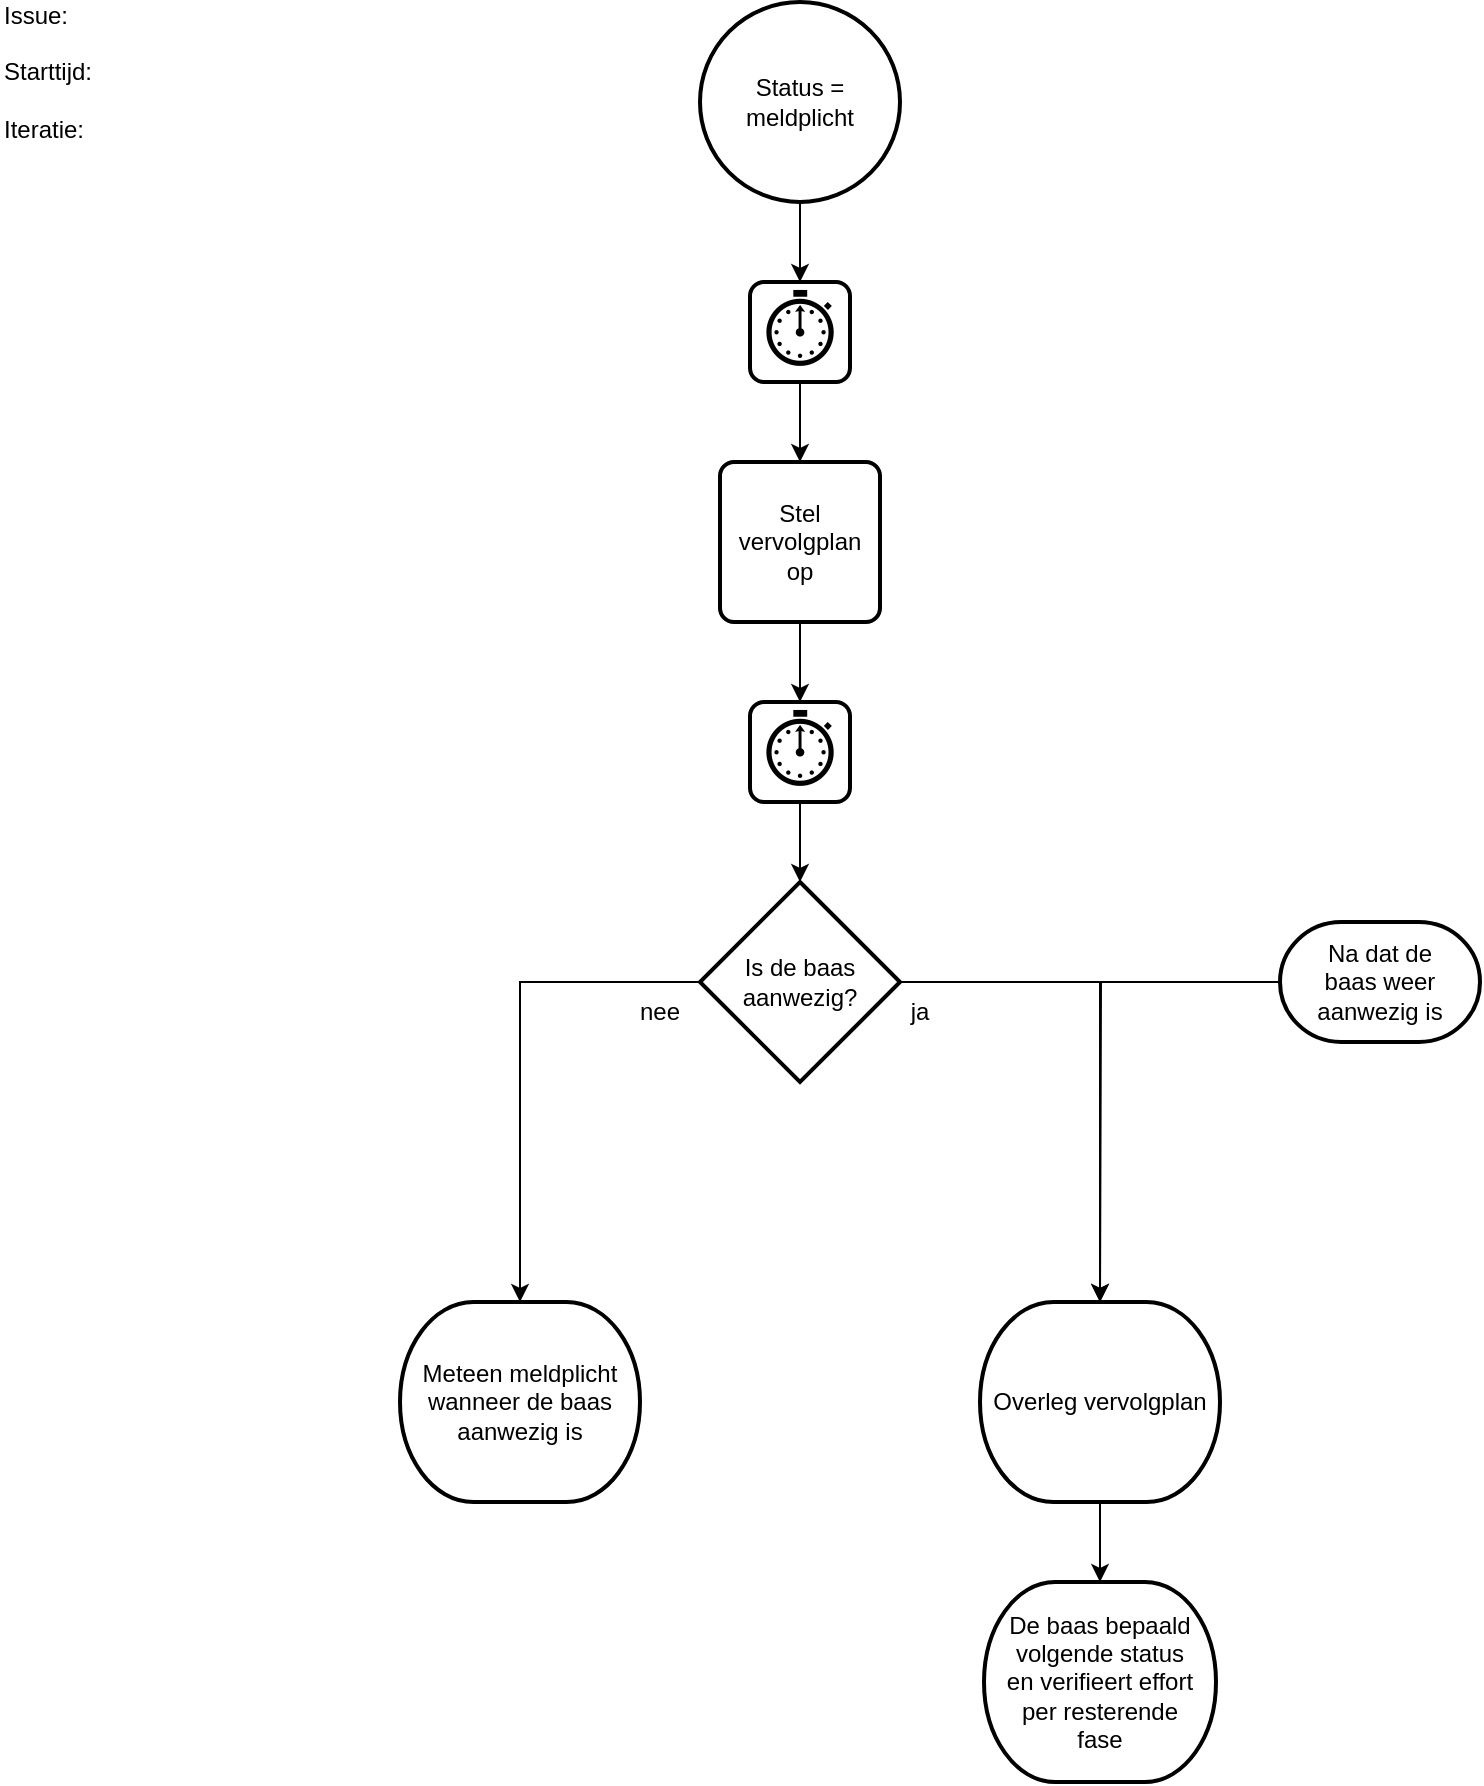
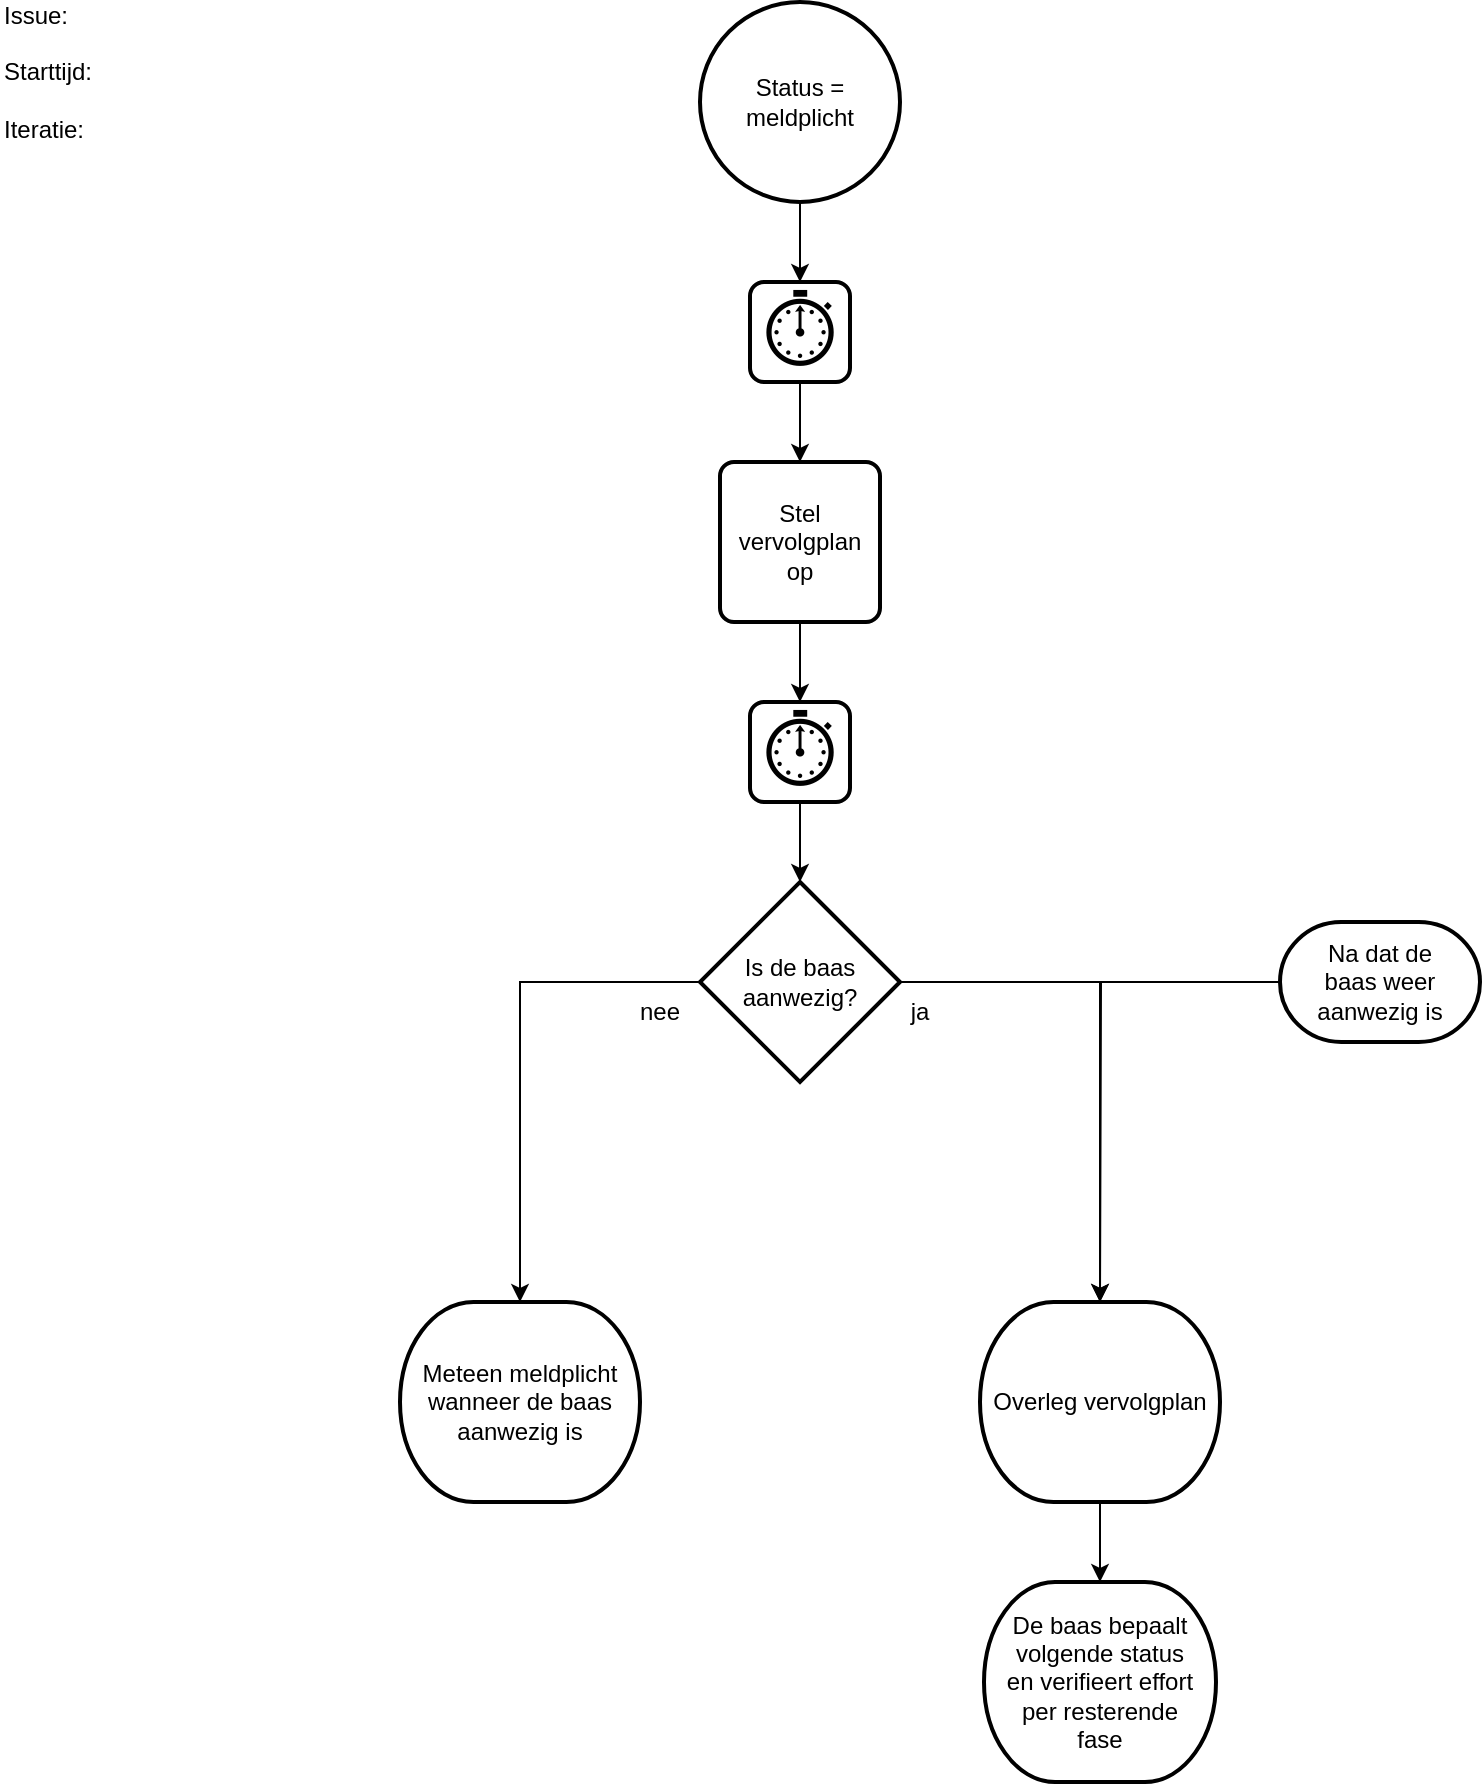
<mxfile host="Electron" agent="Mozilla/5.0 (Windows NT 10.0; Win64; x64) AppleWebKit/537.36 (KHTML, like Gecko) Chrome/144.0.0.0 Safari/537.36">
  <diagram name="Page-1" id="RxTZmvJhkROvXh92HXGi">
    <mxGraphModel dx="842" dy="576" grid="1" gridSize="10" guides="1" tooltips="1" connect="1" arrows="1" fold="1" page="1" pageScale="1" pageWidth="827" pageHeight="1169" math="0" shadow="0">
      <root>
        <mxCell id="0" />
        <mxCell id="1" parent="0" />
        <mxCell id="IjQxlhujuJK-shiPwm0T-2" edge="1" parent="1" source="kJhKxd2zfYEuZ5hcswId-1" style="edgeStyle=orthogonalEdgeStyle;rounded=0;orthogonalLoop=1;jettySize=auto;html=1;" target="kJhKxd2zfYEuZ5hcswId-17" value="">
          <mxGeometry relative="1" as="geometry" />
        </mxCell>
        <object label="Status =&lt;br&gt;meldplicht" Action="901" id="kJhKxd2zfYEuZ5hcswId-1">
          <mxCell parent="1" style="strokeWidth=2;html=1;shape=mxgraph.flowchart.start_2;whiteSpace=wrap;" vertex="1">
            <mxGeometry height="100" width="100" x="360" y="10" as="geometry" />
          </mxCell>
        </object>
        <mxCell id="IjQxlhujuJK-shiPwm0T-6" edge="1" parent="1" source="kJhKxd2zfYEuZ5hcswId-3" style="edgeStyle=orthogonalEdgeStyle;rounded=0;orthogonalLoop=1;jettySize=auto;html=1;exitX=1;exitY=0.5;exitDx=0;exitDy=0;exitPerimeter=0;" target="kJhKxd2zfYEuZ5hcswId-8">
          <mxGeometry relative="1" as="geometry" />
        </mxCell>
        <object label="Is de baas&lt;br&gt;aanwezig?" Action="905" id="kJhKxd2zfYEuZ5hcswId-3">
          <mxCell parent="1" style="strokeWidth=2;html=1;shape=mxgraph.flowchart.decision;whiteSpace=wrap;" vertex="1">
            <mxGeometry height="100" width="100" x="360" y="450" as="geometry" />
          </mxCell>
        </object>
        <mxCell id="kJhKxd2zfYEuZ5hcswId-4" parent="1" style="text;html=1;whiteSpace=wrap;strokeColor=none;fillColor=none;align=center;verticalAlign=middle;rounded=0;" value="ja" vertex="1">
          <mxGeometry height="30" width="60" x="440" y="500" as="geometry" />
        </mxCell>
        <object label="Meteen meldplicht&lt;br&gt;wanneer de baas&lt;br&gt;aanwezig is" Action="905F" id="kJhKxd2zfYEuZ5hcswId-5">
          <mxCell parent="1" style="strokeWidth=2;html=1;shape=mxgraph.flowchart.terminator;whiteSpace=wrap;" vertex="1">
            <mxGeometry height="100" width="120" x="210" y="660" as="geometry" />
          </mxCell>
        </object>
        <mxCell id="kJhKxd2zfYEuZ5hcswId-6" parent="1" style="text;html=1;whiteSpace=wrap;strokeColor=none;fillColor=none;align=center;verticalAlign=middle;rounded=0;" value="nee" vertex="1">
          <mxGeometry height="30" width="60" x="310" y="500" as="geometry" />
        </mxCell>
        <mxCell id="IjQxlhujuJK-shiPwm0T-8" edge="1" parent="1" source="kJhKxd2zfYEuZ5hcswId-8" style="edgeStyle=orthogonalEdgeStyle;rounded=0;orthogonalLoop=1;jettySize=auto;html=1;" target="kJhKxd2zfYEuZ5hcswId-12" value="">
          <mxGeometry relative="1" as="geometry" />
        </mxCell>
        <object label="Overleg vervolgplan" Action="906" id="kJhKxd2zfYEuZ5hcswId-8">
          <mxCell parent="1" style="strokeWidth=2;html=1;shape=mxgraph.flowchart.terminator;whiteSpace=wrap;" vertex="1">
            <mxGeometry height="100" width="120" x="500" y="660" as="geometry" />
          </mxCell>
        </object>
        <mxCell id="kJhKxd2zfYEuZ5hcswId-9" edge="1" parent="1" source="kJhKxd2zfYEuZ5hcswId-3" style="edgeStyle=orthogonalEdgeStyle;rounded=0;orthogonalLoop=1;jettySize=auto;html=1;exitX=0;exitY=0.5;exitDx=0;exitDy=0;exitPerimeter=0;entryX=0.5;entryY=0;entryDx=0;entryDy=0;entryPerimeter=0;" target="kJhKxd2zfYEuZ5hcswId-5">
          <mxGeometry relative="1" as="geometry" />
        </mxCell>
        <mxCell id="IjQxlhujuJK-shiPwm0T-7" edge="1" parent="1" source="kJhKxd2zfYEuZ5hcswId-11" style="edgeStyle=orthogonalEdgeStyle;rounded=0;orthogonalLoop=1;jettySize=auto;html=1;exitX=0;exitY=0.5;exitDx=0;exitDy=0;exitPerimeter=0;">
          <mxGeometry relative="1" as="geometry">
            <mxPoint x="560" y="660" as="targetPoint" />
          </mxGeometry>
        </mxCell>
        <object label="Na dat de&lt;br&gt;baas weer&lt;br&gt;aanwezig is" Action="905T" id="kJhKxd2zfYEuZ5hcswId-11">
          <mxCell parent="1" style="strokeWidth=2;html=1;shape=mxgraph.flowchart.terminator;whiteSpace=wrap;" vertex="1">
            <mxGeometry height="60" width="100" x="650" y="470" as="geometry" />
          </mxCell>
        </object>
-         <object label="De baas bepaald&lt;br&gt;volgende status&lt;br&gt;en verifieert effort&lt;br&gt;per resterende&lt;br&gt;fase" Action="907" id="kJhKxd2zfYEuZ5hcswId-12">
+         <object label="De baas bepaalt&lt;br&gt;volgende status&lt;br&gt;en verifieert effort&lt;br&gt;per resterende&lt;br&gt;fase" Action="907" id="kJhKxd2zfYEuZ5hcswId-12">
          <mxCell parent="1" style="strokeWidth=2;html=1;shape=mxgraph.flowchart.terminator;whiteSpace=wrap;" vertex="1">
            <mxGeometry height="100" width="116" x="502" y="800" as="geometry" />
          </mxCell>
        </object>
        <mxCell id="kJhKxd2zfYEuZ5hcswId-13" parent="1" style="text;html=1;align=left;verticalAlign=middle;whiteSpace=wrap;rounded=0;" value="Issue:&amp;nbsp; &amp;nbsp;&lt;br&gt;&lt;br&gt;Starttijd:&lt;br&gt;&lt;br&gt;Iteratie:&amp;nbsp;" vertex="1">
          <mxGeometry height="30" width="60" x="10" y="30" as="geometry" />
        </mxCell>
        <mxCell id="IjQxlhujuJK-shiPwm0T-3" edge="1" parent="1" source="kJhKxd2zfYEuZ5hcswId-17" style="edgeStyle=orthogonalEdgeStyle;rounded=0;orthogonalLoop=1;jettySize=auto;html=1;" target="IjQxlhujuJK-shiPwm0T-1" value="">
          <mxGeometry relative="1" as="geometry" />
        </mxCell>
        <object label="&lt;font style=&quot;font-size: 36px;&quot;&gt;⏱️&lt;/font&gt;" Action="902" id="kJhKxd2zfYEuZ5hcswId-17">
          <mxCell parent="1" style="rounded=1;whiteSpace=wrap;html=1;absoluteArcSize=1;arcSize=14;strokeWidth=2;" vertex="1">
            <mxGeometry height="50" width="50" x="385" y="150" as="geometry" />
          </mxCell>
        </object>
        <mxCell id="IjQxlhujuJK-shiPwm0T-5" edge="1" parent="1" source="kJhKxd2zfYEuZ5hcswId-18" style="edgeStyle=orthogonalEdgeStyle;rounded=0;orthogonalLoop=1;jettySize=auto;html=1;" target="kJhKxd2zfYEuZ5hcswId-3" value="">
          <mxGeometry relative="1" as="geometry" />
        </mxCell>
        <object label="&lt;font style=&quot;font-size: 36px;&quot;&gt;⏱️&lt;/font&gt;" Action="904" id="kJhKxd2zfYEuZ5hcswId-18">
          <mxCell parent="1" style="rounded=1;whiteSpace=wrap;html=1;absoluteArcSize=1;arcSize=14;strokeWidth=2;" vertex="1">
            <mxGeometry height="50" width="50" x="385" y="360" as="geometry" />
          </mxCell>
        </object>
        <mxCell id="IjQxlhujuJK-shiPwm0T-4" edge="1" parent="1" source="IjQxlhujuJK-shiPwm0T-1" style="edgeStyle=orthogonalEdgeStyle;rounded=0;orthogonalLoop=1;jettySize=auto;html=1;" target="kJhKxd2zfYEuZ5hcswId-18" value="">
          <mxGeometry relative="1" as="geometry" />
        </mxCell>
        <object label="Stel vervolgplan op" Action="903" id="IjQxlhujuJK-shiPwm0T-1">
          <mxCell parent="1" style="rounded=1;whiteSpace=wrap;html=1;absoluteArcSize=1;arcSize=14;strokeWidth=2;" vertex="1">
            <mxGeometry height="80" width="80" x="370" y="240" as="geometry" />
          </mxCell>
        </object>
      </root>
    </mxGraphModel>
  </diagram>
</mxfile>
